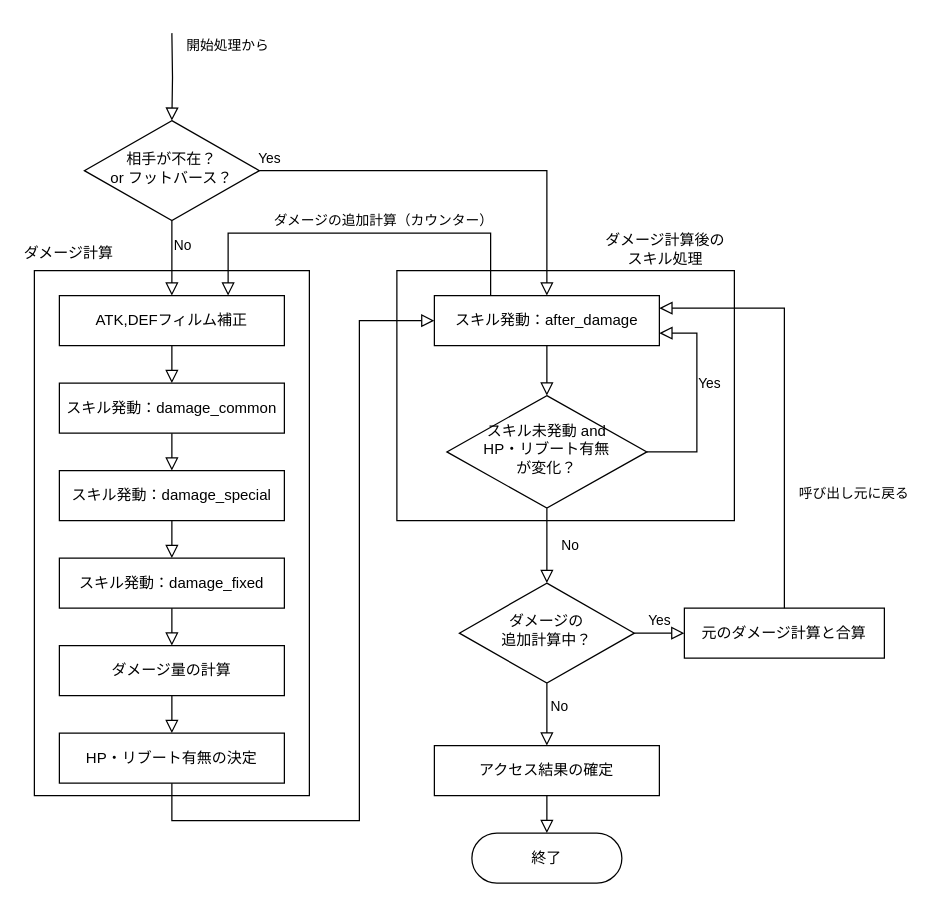
This is page "Damage" (3 of 3) of docs/access-flow.drawio from Seo-4d696b75/station-access-simulator, a draw.io file, before an edit. Source tidied: cells renumbered, new cells numbered last; positions are measured from the earlier drawing's top-left corner, leaving out a move shared by most shapes. Both pictures are drawn from the tidied source at 125%, with x=0, y=0 at pixel (21, 32).
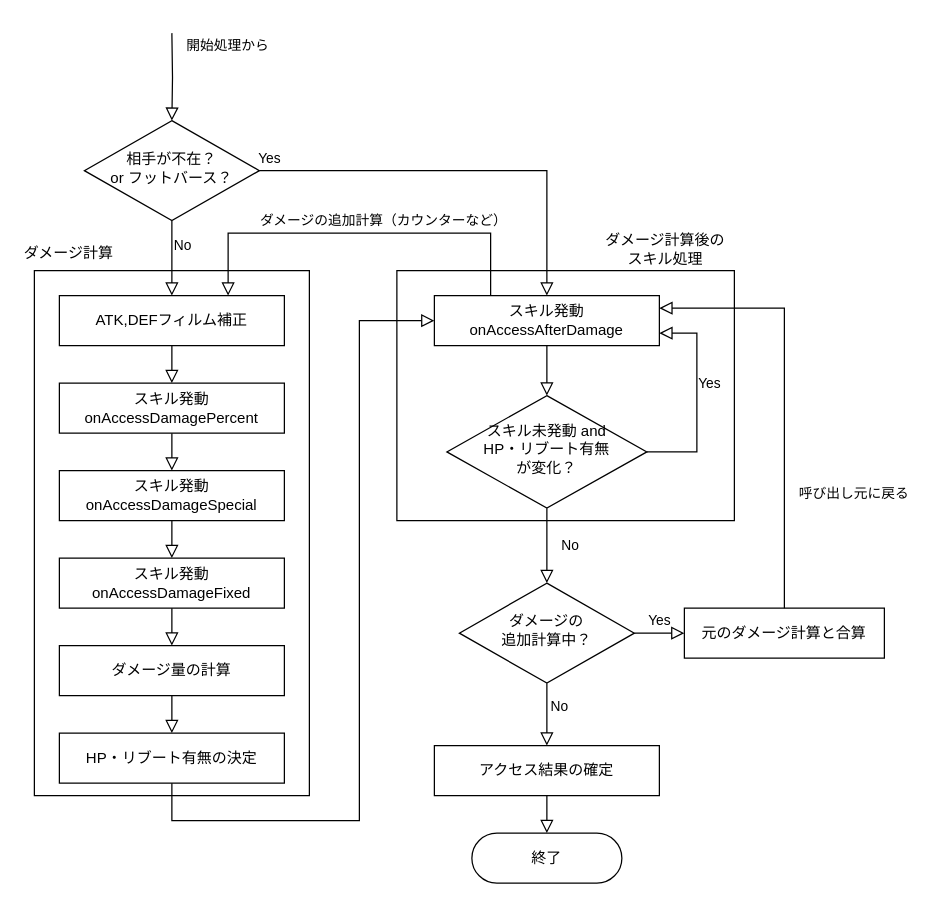
After the change.

Unchanged cells that the change refers to:
```xml
<mxCell id="32" value="ATK,DEFフィルム補正" style="rounded=0;whiteSpace=wrap;html=1;fontSize=12;glass=0;strokeWidth=1;shadow=0;" parent="1" vertex="1">
  <mxGeometry x="30" y="210" width="180" height="40" as="geometry" />
</mxCell>
```

Change to the diagram source:
```diff
@@
-    <mxCell id="6" value="スキル発動：damage_special" style="rounded=0;whiteSpace=wrap;html=1;fontSize=12;glass=0;strokeWidth=1;shadow=0;" parent="1" vertex="1">
+    <mxCell id="6" value="スキル発動&lt;br&gt;onAccessDamageSpecial" style="rounded=0;whiteSpace=wrap;html=1;fontSize=12;glass=0;strokeWidth=1;shadow=0;" parent="1" vertex="1">
       <mxGeometry x="30" y="350" width="180" height="40" as="geometry" />
     </mxCell>
-    <mxCell id="7" value="スキル発動：damage_fixed" style="rounded=0;whiteSpace=wrap;html=1;fontSize=12;glass=0;strokeWidth=1;shadow=0;" parent="1" vertex="1">
+    <mxCell id="7" value="スキル発動&lt;br&gt;onAccessDamageFixed" style="rounded=0;whiteSpace=wrap;html=1;fontSize=12;glass=0;strokeWidth=1;shadow=0;" parent="1" vertex="1">
       <mxGeometry x="30" y="420" width="180" height="40" as="geometry" />
     </mxCell>
@@
-    <mxCell id="17" value="スキル発動：after_damage" style="rounded=0;whiteSpace=wrap;html=1;fontSize=12;glass=0;strokeWidth=1;shadow=0;" parent="1" vertex="1">
+    <mxCell id="17" value="スキル発動&lt;br&gt;onAccessAfterDamage" style="rounded=0;whiteSpace=wrap;html=1;fontSize=12;glass=0;strokeWidth=1;shadow=0;" parent="1" vertex="1">
       <mxGeometry x="330" y="210" width="180" height="40" as="geometry" />
     </mxCell>
@@
-    <mxCell id="22" value="ダメージの追加計算（カウンター）" style="rounded=0;html=1;jettySize=auto;fontSize=11;endArrow=block;endFill=0;endSize=8;strokeWidth=1;shadow=0;labelBackgroundColor=none;edgeStyle=orthogonalEdgeStyle;entryX=0.75;entryY=0;entryDx=0;entryDy=0;align=left;exitX=0.25;exitY=0;exitDx=0;exitDy=0;" parent="1" edge="1" source="17" target="32">
-      <mxGeometry x="0.45" y="-10" relative="1" as="geometry">
+    <mxCell id="22" value="ダメージの追加計算（カウンターなど）" style="rounded=0;html=1;jettySize=auto;fontSize=11;endArrow=block;endFill=0;endSize=8;strokeWidth=1;shadow=0;labelBackgroundColor=none;edgeStyle=orthogonalEdgeStyle;entryX=0.75;entryY=0;entryDx=0;entryDy=0;align=left;exitX=0.25;exitY=0;exitDx=0;exitDy=0;" parent="1" edge="1" source="17" target="32">
+      <mxGeometry x="0.52" y="-10" relative="1" as="geometry">
         <Array as="points">
           <mxPoint x="375" y="160" />
           <mxPoint x="165" y="160" />
         </Array>
       </mxGeometry>
     </mxCell>
@@
-    <mxCell id="31" value="スキル発動：damage_common" style="rounded=0;whiteSpace=wrap;html=1;fontSize=12;glass=0;strokeWidth=1;shadow=0;" parent="1" vertex="1">
+    <mxCell id="31" value="スキル発動&lt;br&gt;onAccessDamagePercent" style="rounded=0;whiteSpace=wrap;html=1;fontSize=12;glass=0;strokeWidth=1;shadow=0;" parent="1" vertex="1">
       <mxGeometry x="30" y="280" width="180" height="40" as="geometry" />
     </mxCell>
```
